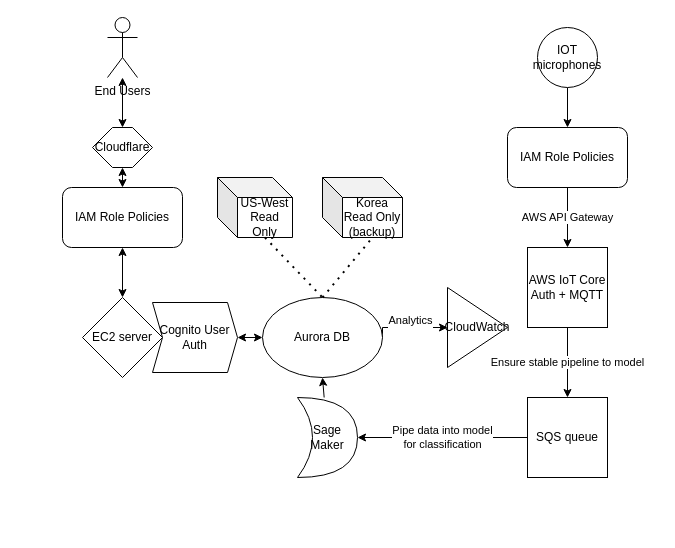
Earlier version of the draw.io diagram profile/Sound Scout.drawio (CS481-Sound-Scout-Group/.github). Source tidied: cells renumbered, new cells numbered last; positions are measured from the earlier drawing's top-left corner, leaving out a move shared by most shapes. Both pictures are drawn from the tidied source at 100%, with x=0, y=0 at pixel (62, 17).
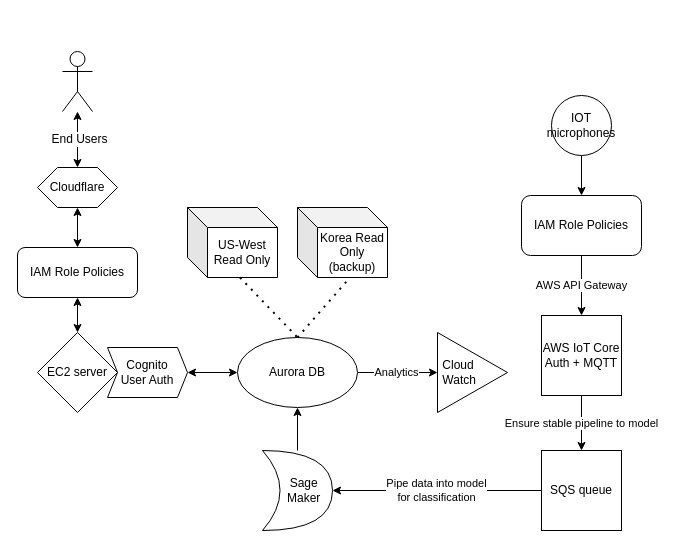
After the change.

The change refers to these unchanged cells:
```xml
<mxCell id="27" style="endArrow=classic;startArrow=classic;html=1;rounded=0;exitX=0.5;exitY=0;exitDx=0;exitDy=0;" parent="1" edge="1" source="15" target="4">
  <mxGeometry relative="1" as="geometry" />
</mxCell>
```

Diff of the diagram source:
```diff
@@
     <mxCell id="3" value="IOT microphones" style="ellipse;whiteSpace=wrap;html=1;" parent="1" vertex="1">
-      <mxGeometry x="475" y="10" width="60" height="60" as="geometry" />
+      <mxGeometry x="489" y="78" width="60" height="60" as="geometry" />
     </mxCell>
-    <mxCell id="4" value="End Users" style="shape=umlActor;verticalLabelPosition=bottom;verticalAlign=top;html=1;outlineConnect=0;" parent="1" vertex="1">
-      <mxGeometry x="45" width="30" height="60" as="geometry" />
+    <mxCell id="4" style="shape=umlActor;verticalLabelPosition=bottom;verticalAlign=top;html=1;outlineConnect=0;" parent="1" vertex="1">
+      <mxGeometry y="34" width="30" height="60" as="geometry" />
     </mxCell>
@@
     <mxCell id="6" value="AWS IoT Core Auth + MQTT" style="whiteSpace=wrap;html=1;" parent="1" vertex="1">
-      <mxGeometry x="465" y="230" width="80" height="80" as="geometry" />
+      <mxGeometry x="479" y="298" width="80" height="80" as="geometry" />
     </mxCell>
+    <mxCell id="28" style="edgeStyle=orthogonalEdgeStyle;rounded=0;jettySize=auto;html=1;entryX=0;entryY=0.5;entryDx=0;entryDy=0;" parent="1" edge="1" source="8" target="18">
+      <mxGeometry relative="1" as="geometry" />
+    </mxCell>
-    <mxCell id="7" value="Analytics&lt;div&gt;&lt;br&gt;&lt;/div&gt;" style="edgeStyle=orthogonalEdgeStyle;rounded=0;jettySize=auto;html=1;exitX=1;exitY=0.5;exitDx=0;exitDy=0;entryX=0;entryY=0.5;entryDx=0;entryDy=0;" parent="1" edge="1" source="8" target="18">
-      <mxGeometry x="0.01" relative="1" as="geometry">
-        <Array as="points">
-          <mxPoint x="320" y="310" />
-        </Array>
-      </mxGeometry>
+    <mxCell id="7" value="Analytics" style="edgeLabel;html=1;align=center;verticalAlign=middle;" parent="28" vertex="1">
+      <mxGeometry x="-0.04" y="1" relative="1" as="geometry" />
     </mxCell>
     <mxCell id="8" value="Aurora DB" style="ellipse;whiteSpace=wrap;html=1;" parent="1" vertex="1">
-      <mxGeometry x="200" y="280" width="120" height="80" as="geometry" />
+      <mxGeometry x="175" y="320" width="120" height="70" as="geometry" />
     </mxCell>
@@
     <mxCell id="10" value="SQS queue" style="whiteSpace=wrap;html=1;" parent="1" vertex="1">
-      <mxGeometry x="465" y="380" width="80" height="80" as="geometry" />
+      <mxGeometry x="479" y="433" width="80" height="80" as="geometry" />
     </mxCell>
@@
     <mxCell id="12" value="IAM Role Policies" style="rounded=1;whiteSpace=wrap;html=1;" parent="1" vertex="1">
-      <mxGeometry x="445" y="110" width="120" height="60" as="geometry" />
+      <mxGeometry x="459" y="178" width="120" height="60" as="geometry" />
     </mxCell>
     <mxCell id="13" value="IAM Role Policies" style="rounded=1;whiteSpace=wrap;html=1;" parent="1" vertex="1">
-      <mxGeometry y="170" width="120" height="60" as="geometry" />
+      <mxGeometry x="-45" y="230" width="120" height="50" as="geometry" />
     </mxCell>
-    <mxCell id="14" value="Cognito User Auth" style="shape=step;perimeter=stepPerimeter;whiteSpace=wrap;html=1;fixedSize=1;size=10;" parent="1" vertex="1">
-      <mxGeometry x="90" y="285" width="85" height="70" as="geometry" />
+    <mxCell id="14" value="Cognito&lt;div&gt;User Auth&lt;/div&gt;" style="shape=step;perimeter=stepPerimeter;whiteSpace=wrap;html=1;fixedSize=1;size=10;" parent="1" vertex="1">
+      <mxGeometry x="45" y="330" width="80" height="50" as="geometry" />
     </mxCell>
     <mxCell id="15" value="Cloudflare" style="shape=hexagon;perimeter=hexagonPerimeter2;whiteSpace=wrap;html=1;fixedSize=1;" parent="1" vertex="1">
-      <mxGeometry x="30" y="110" width="60" height="40" as="geometry" />
+      <mxGeometry x="-25" y="150" width="80" height="40" as="geometry" />
     </mxCell>
     <mxCell id="16" value="US-West&lt;div&gt;Read Only&lt;/div&gt;" style="shape=cube;whiteSpace=wrap;html=1;boundedLbl=1;backgroundOutline=1;darkOpacity=0.05;darkOpacity2=0.1;" parent="1" vertex="1">
-      <mxGeometry x="155" y="160" width="75" height="60" as="geometry" />
+      <mxGeometry x="125" y="190" width="90" height="70" as="geometry" />
     </mxCell>
     <mxCell id="17" value="Korea Read Only (backup)" style="shape=cube;whiteSpace=wrap;html=1;boundedLbl=1;backgroundOutline=1;darkOpacity=0.05;darkOpacity2=0.1;" parent="1" vertex="1">
-      <mxGeometry x="260" y="160" width="80" height="60" as="geometry" />
+      <mxGeometry x="235" y="190" width="90" height="70" as="geometry" />
     </mxCell>
-    <mxCell id="18" value="CloudWatch" style="triangle;whiteSpace=wrap;html=1;" parent="1" vertex="1">
-      <mxGeometry x="385" y="270" width="60" height="80" as="geometry" />
+    <mxCell id="18" value="&amp;nbsp;Cloud&lt;div&gt;&amp;nbsp;Watch&lt;/div&gt;" style="triangle;whiteSpace=wrap;html=1;align=left;" parent="1" vertex="1">
+      <mxGeometry x="375" y="315" width="70" height="80" as="geometry" />
     </mxCell>
-    <mxCell id="19" value="Sage&lt;div&gt;Maker&lt;/div&gt;" style="shape=xor;whiteSpace=wrap;html=1;" parent="1" vertex="1">
-      <mxGeometry x="235" y="380" width="60" height="80" as="geometry" />
+    <mxCell id="19" value="&amp;nbsp; &amp;nbsp; Sage&lt;div&gt;&amp;nbsp; &amp;nbsp; Maker&lt;/div&gt;" style="shape=xor;whiteSpace=wrap;html=1;" parent="1" vertex="1">
+      <mxGeometry x="200" y="433" width="70" height="80" as="geometry" />
     </mxCell>
@@
     <mxCell id="21" value="EC2 server" style="rhombus;whiteSpace=wrap;html=1;" parent="1" vertex="1">
-      <mxGeometry x="20" y="280" width="80" height="80" as="geometry" />
+      <mxGeometry x="-25" y="315" width="80" height="80" as="geometry" />
     </mxCell>
-    <mxCell id="22" style="endArrow=none;dashed=1;html=1;dashPattern=1 3;strokeWidth=2;rounded=0;exitX=0.5;exitY=0;exitDx=0;exitDy=0;" parent="1" edge="1" source="8">
-      <mxGeometry relative="1" as="geometry">
-        <mxPoint x="310" y="220" as="targetPoint" />
-      </mxGeometry>
+    <mxCell id="22" style="endArrow=none;dashed=1;html=1;dashPattern=1 3;strokeWidth=2;rounded=0;exitX=0.5;exitY=0;exitDx=0;exitDy=0;entryX=0;entryY=0;entryDx=52.5;entryDy=70;entryPerimeter=0;" parent="1" edge="1" source="8" target="17">
+      <mxGeometry relative="1" as="geometry" />
     </mxCell>
-    <mxCell id="23" style="endArrow=none;dashed=1;html=1;dashPattern=1 3;strokeWidth=2;rounded=0;entryX=0.5;entryY=0;entryDx=0;entryDy=0;exitX=0;exitY=0;exitDx=47.5;exitDy=60;exitPerimeter=0;" parent="1" edge="1" source="16" target="8">
+    <mxCell id="23" style="endArrow=none;dashed=1;html=1;dashPattern=1 3;strokeWidth=2;rounded=0;entryX=0.5;entryY=0;entryDx=0;entryDy=0;exitX=0;exitY=0;exitDx=52.5;exitDy=70;exitPerimeter=0;" parent="1" edge="1" source="16" target="8">
       <mxGeometry relative="1" as="geometry" />
     </mxCell>
@@
-    <mxCell id="25" style="endArrow=classic;startArrow=classic;html=1;rounded=0;entryX=0.5;entryY=1;entryDx=0;entryDy=0;" parent="1" edge="1" source="21" target="13">
+    <mxCell id="25" style="endArrow=classic;startArrow=classic;html=1;rounded=0;exitX=0.5;exitY=0;exitDx=0;exitDy=0;entryX=0.5;entryY=1;entryDx=0;entryDy=0;" parent="1" edge="1" source="21" target="13">
       <mxGeometry relative="1" as="geometry" />
     </mxCell>
@@
+    <mxCell id="29" value="&lt;span style=&quot;font-size: 12px;&quot;&gt;End Users&lt;/span&gt;" style="edgeLabel;html=1;align=center;verticalAlign=middle;" parent="27" vertex="1">
+      <mxGeometry x="-0.16" relative="1" as="geometry">
+        <mxPoint x="1" y="-5" as="offset" />
+      </mxGeometry>
+    </mxCell>
```
